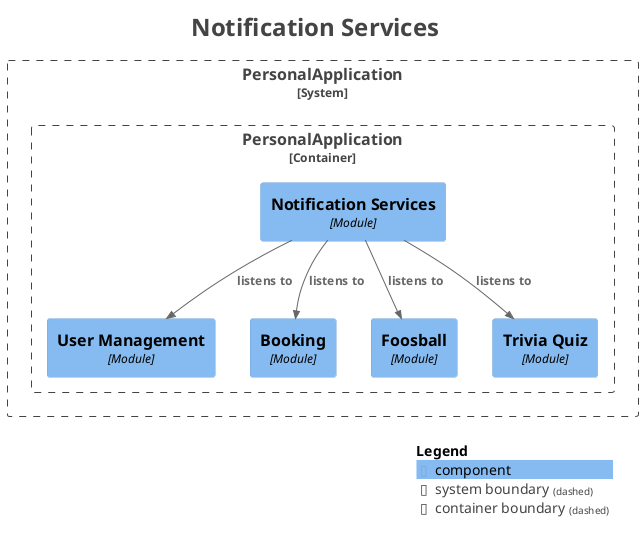
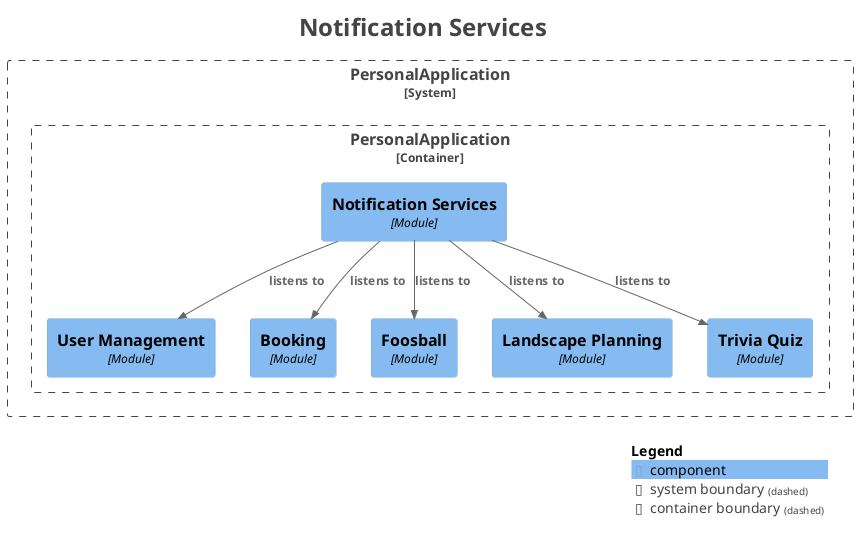
@startuml
title <size:24>Notification Services</size>

set separator none
top to bottom direction

<style>
  root {
    BackgroundColor: #ffffff
    FontColor: #444444
  }
</style>

!include <C4/C4>
!include <C4/C4_Context>
!include <C4/C4_Component>

System_Boundary("PersonalApplication_boundary", "PersonalApplication", $tags="") {
  Container_Boundary("PersonalApplication.PersonalApplication_boundary", "PersonalApplication", $tags="") {
    Component(PersonalApplication.PersonalApplication.UserManagement, "User Management", $techn="Module", $descr="", $tags="", $link="")
    Component(PersonalApplication.PersonalApplication.NotificationServices, "Notification Services", $techn="Module", $descr="", $tags="", $link="")
    Component(PersonalApplication.PersonalApplication.Booking, "Booking", $techn="Module", $descr="", $tags="", $link="")
    Component(PersonalApplication.PersonalApplication.Foosball, "Foosball", $techn="Module", $descr="", $tags="", $link="")
+     Component(PersonalApplication.PersonalApplication.LandscapePlanning, "Landscape Planning", $techn="Module", $descr="", $tags="", $link="")
    Component(PersonalApplication.PersonalApplication.TriviaQuiz, "Trivia Quiz", $techn="Module", $descr="", $tags="", $link="")
  }

}

+ Rel(PersonalApplication.PersonalApplication.NotificationServices, PersonalApplication.PersonalApplication.TriviaQuiz, "listens to", $techn="", $tags="", $link="")
+ Rel(PersonalApplication.PersonalApplication.NotificationServices, PersonalApplication.PersonalApplication.Foosball, "listens to", $techn="", $tags="", $link="")
Rel(PersonalApplication.PersonalApplication.NotificationServices, PersonalApplication.PersonalApplication.UserManagement, "listens to", $techn="", $tags="", $link="")
- Rel(PersonalApplication.PersonalApplication.NotificationServices, PersonalApplication.PersonalApplication.Foosball, "listens to", $techn="", $tags="", $link="")
- Rel(PersonalApplication.PersonalApplication.NotificationServices, PersonalApplication.PersonalApplication.TriviaQuiz, "listens to", $techn="", $tags="", $link="")
Rel(PersonalApplication.PersonalApplication.NotificationServices, PersonalApplication.PersonalApplication.Booking, "listens to", $techn="", $tags="", $link="")
+ Rel(PersonalApplication.PersonalApplication.NotificationServices, PersonalApplication.PersonalApplication.LandscapePlanning, "listens to", $techn="", $tags="", $link="")

SHOW_LEGEND(true)
hide stereotypes
@enduml